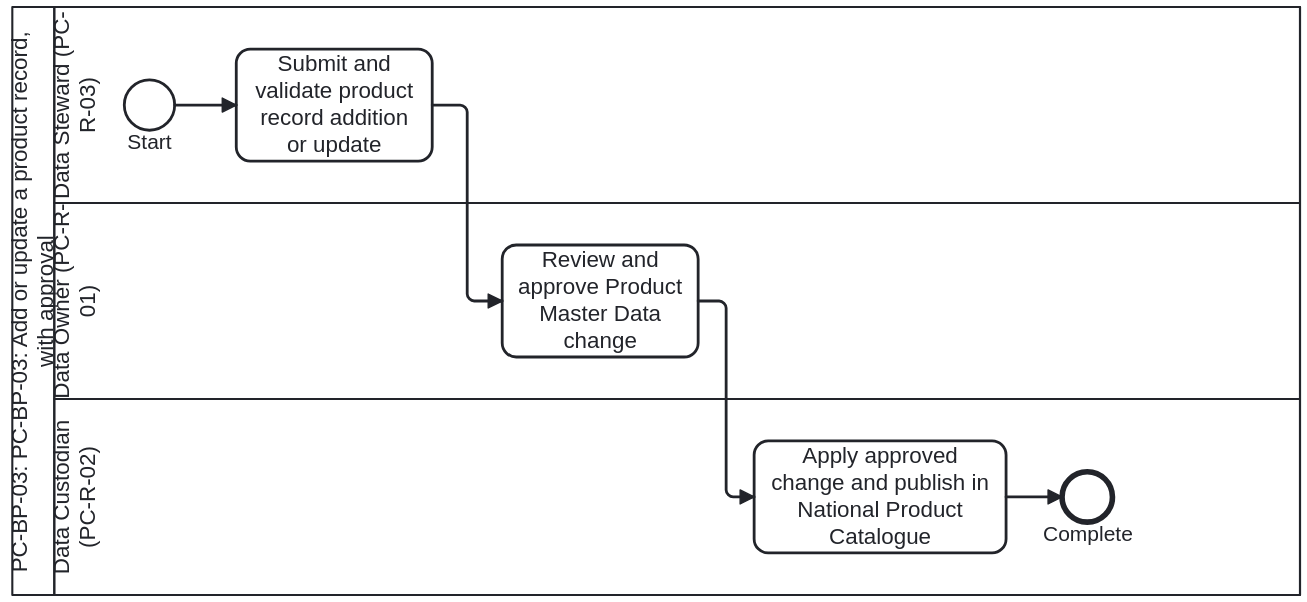
Above: folio/dth-pc/media/bp-pc-bp-03.svg in litlfred/dth-pc (BPMN), before the change. Its source is kept beside it as folio/dth-pc/ch02-data-management-governance/bp-pc-bp-03.bpmn. Ids are renumbered.
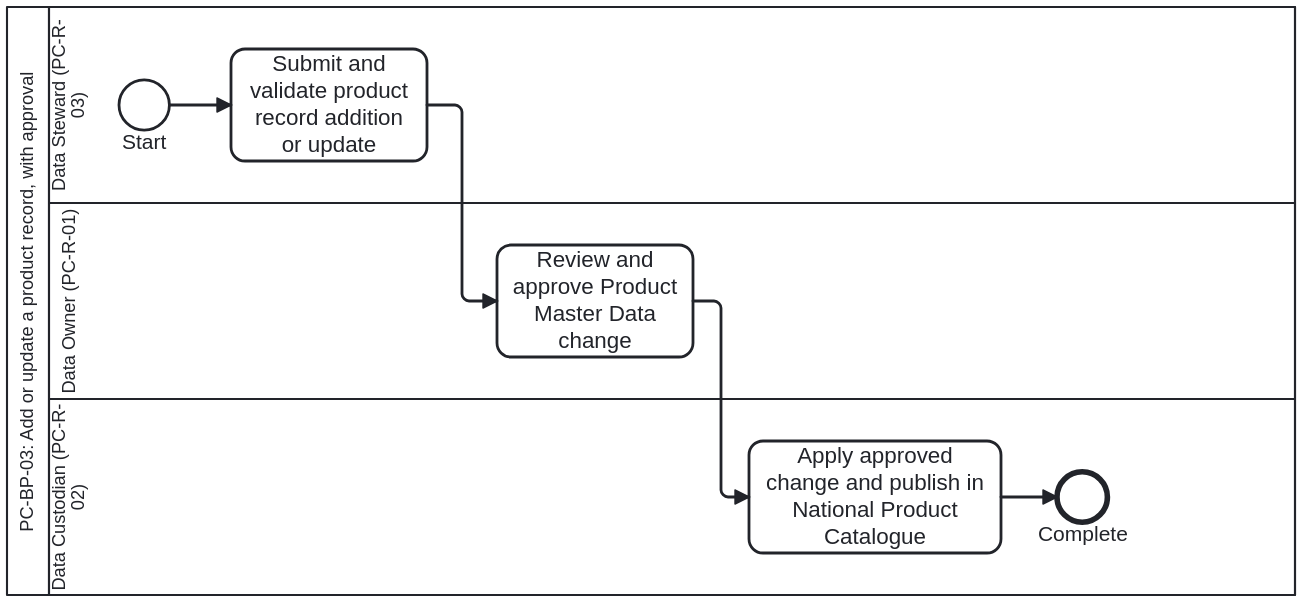
Above is the later version.

The edit, as a diff of the source:
```diff
@@ -5,7 +5,7 @@
                   id="Definitions_PC_BP_03"
                   targetNamespace="https://litlfred.github.io/dth-pc/bpmn">
   <bpmn:collaboration id="Collaboration_PC_BP_03">
-    <bpmn:participant id="Participant_PC_BP_03" name="PC-BP-03: PC-BP-03: Add or update a product record, with approval" processRef="Process_PC_BP_03" />
+    <bpmn:participant id="Participant_PC_BP_03" name="PC-BP-03: Add or update a product record, with approval" processRef="Process_PC_BP_03" />
   </bpmn:collaboration>
   <bpmn:process id="Process_PC_BP_03" name="PC-BP-03: Add or update a product record, with approval" isExecutable="false">
     <bpmn:documentation>PC-BP-03: PC-BP-03: Add or update a product record, with approval (Source: who-iris/library/9789240116191-eng, page-026, page-040).</bpmn:documentation>
```
